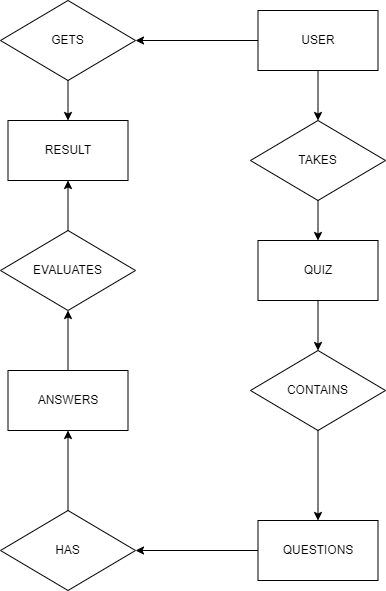
prathamjc/FINALPROJECT keeps this draw.io diagram as Diagram/ERD.drawio.png. Above is the earlier version. Source tidied: cells renumbered, new cells last; positions are measured from the earlier drawing's top-left corner, leaving out a move shared by most shapes. The source it was exported from:
```xml
<mxGraphModel>
  <root>
    <mxCell id="0" />
    <mxCell id="1" parent="0" />
    <mxCell id="2" value="USER" style="rounded=0;whiteSpace=wrap;html=1;" parent="1" vertex="1">
      <mxGeometry x="257.5" y="10" width="120" height="60" as="geometry" />
    </mxCell>
    <mxCell id="3" value="QUIZ" style="rounded=0;whiteSpace=wrap;html=1;" parent="1" vertex="1">
      <mxGeometry x="257.5" y="240" width="120" height="60" as="geometry" />
    </mxCell>
    <mxCell id="4" value="TAKES" style="rhombus;whiteSpace=wrap;html=1;" parent="1" vertex="1">
      <mxGeometry x="250" y="120" width="135" height="80" as="geometry" />
    </mxCell>
    <mxCell id="5" value="QUESTIONS" style="rounded=0;whiteSpace=wrap;html=1;" parent="1" vertex="1">
      <mxGeometry x="257.5" y="520" width="120" height="60" as="geometry" />
    </mxCell>
    <mxCell id="6" value="CONTAINS" style="rhombus;whiteSpace=wrap;html=1;" parent="1" vertex="1">
      <mxGeometry x="250" y="350" width="135" height="80" as="geometry" />
    </mxCell>
    <mxCell id="7" value="HAS" style="rhombus;whiteSpace=wrap;html=1;" parent="1" vertex="1">
      <mxGeometry y="510" width="135" height="80" as="geometry" />
    </mxCell>
    <mxCell id="8" value="ANSWERS" style="rounded=0;whiteSpace=wrap;html=1;" parent="1" vertex="1">
      <mxGeometry x="7.5" y="370" width="120" height="60" as="geometry" />
    </mxCell>
    <mxCell id="9" value="EVALUATES" style="rhombus;whiteSpace=wrap;html=1;" parent="1" vertex="1">
      <mxGeometry y="230" width="135" height="80" as="geometry" />
    </mxCell>
    <mxCell id="10" value="RESULT" style="rounded=0;whiteSpace=wrap;html=1;" parent="1" vertex="1">
      <mxGeometry x="7.5" y="120" width="120" height="60" as="geometry" />
    </mxCell>
    <mxCell id="11" value="GETS" style="rhombus;whiteSpace=wrap;html=1;" parent="1" vertex="1">
      <mxGeometry width="135" height="80" as="geometry" />
    </mxCell>
    <mxCell id="12" style="endArrow=classic;html=1;rounded=0;exitX=0.5;exitY=1;exitDx=0;exitDy=0;" parent="1" edge="1" source="2" target="4">
      <mxGeometry relative="1" as="geometry" />
    </mxCell>
    <mxCell id="13" style="endArrow=classic;html=1;rounded=0;exitX=0.5;exitY=1;exitDx=0;exitDy=0;entryX=0.5;entryY=0;entryDx=0;entryDy=0;" parent="1" edge="1" source="4" target="3">
      <mxGeometry relative="1" as="geometry" />
    </mxCell>
    <mxCell id="14" style="endArrow=classic;html=1;rounded=0;exitX=0.5;exitY=1;exitDx=0;exitDy=0;entryX=0.5;entryY=0;entryDx=0;entryDy=0;" parent="1" edge="1" source="3" target="6">
      <mxGeometry relative="1" as="geometry" />
    </mxCell>
    <mxCell id="15" style="endArrow=classic;html=1;rounded=0;exitX=0.5;exitY=1;exitDx=0;exitDy=0;entryX=0.5;entryY=0;entryDx=0;entryDy=0;" parent="1" edge="1" source="6" target="5">
      <mxGeometry relative="1" as="geometry" />
    </mxCell>
    <mxCell id="16" style="endArrow=classic;html=1;rounded=0;entryX=1;entryY=0.5;entryDx=0;entryDy=0;exitX=0;exitY=0.5;exitDx=0;exitDy=0;" parent="1" edge="1" source="5" target="7">
      <mxGeometry relative="1" as="geometry" />
    </mxCell>
    <mxCell id="17" style="endArrow=classic;html=1;rounded=0;entryX=0.5;entryY=1;entryDx=0;entryDy=0;" parent="1" edge="1" source="7" target="8">
      <mxGeometry relative="1" as="geometry" />
    </mxCell>
    <mxCell id="18" style="endArrow=classic;html=1;rounded=0;entryX=0.5;entryY=1;entryDx=0;entryDy=0;exitX=0.5;exitY=0;exitDx=0;exitDy=0;" parent="1" edge="1" source="8" target="9">
      <mxGeometry relative="1" as="geometry" />
    </mxCell>
    <mxCell id="19" style="endArrow=classic;html=1;rounded=0;entryX=0.5;entryY=1;entryDx=0;entryDy=0;exitX=0.5;exitY=0;exitDx=0;exitDy=0;" parent="1" edge="1" source="9" target="10">
      <mxGeometry relative="1" as="geometry" />
    </mxCell>
    <mxCell id="20" style="endArrow=classic;html=1;rounded=0;entryX=1;entryY=0.5;entryDx=0;entryDy=0;" parent="1" edge="1" source="2" target="11">
      <mxGeometry relative="1" as="geometry" />
    </mxCell>
    <mxCell id="21" style="endArrow=classic;html=1;rounded=0;entryX=0.5;entryY=0;entryDx=0;entryDy=0;exitX=0.5;exitY=1;exitDx=0;exitDy=0;" parent="1" edge="1" source="11" target="10">
      <mxGeometry relative="1" as="geometry" />
    </mxCell>
  </root>
</mxGraphModel>
```
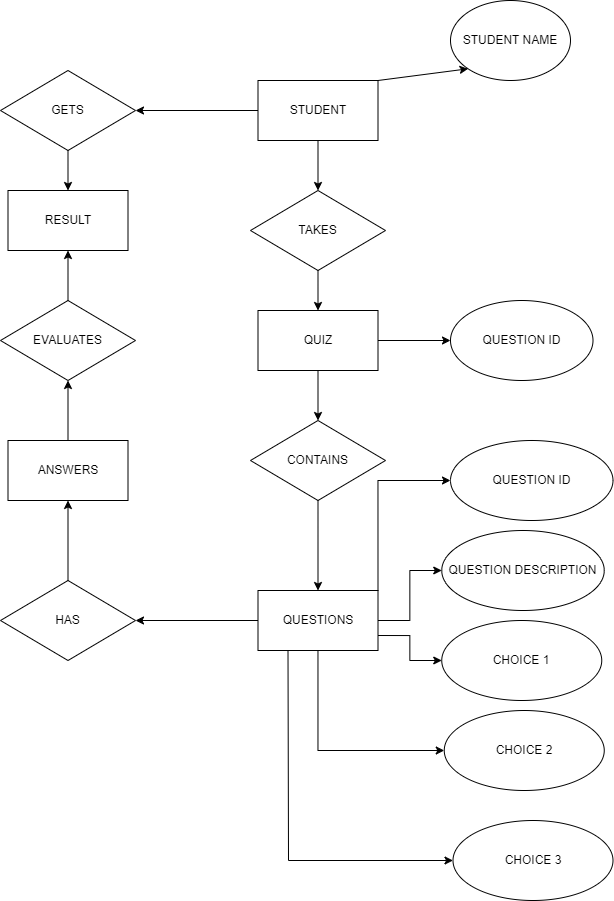
After the commit.

What changed in the source:
```diff
@@ -2,15 +2,34 @@
   <root>
     <mxCell id="0" />
     <mxCell id="1" parent="0" />
-    <mxCell id="2" value="USER" style="rounded=0;whiteSpace=wrap;html=1;" parent="1" vertex="1">
+    <mxCell id="2" value="STUDENT" style="rounded=0;whiteSpace=wrap;html=1;" parent="1" vertex="1">
       <mxGeometry x="257.5" y="10" width="120" height="60" as="geometry" />
     </mxCell>
+    <mxCell id="22" style="edgeStyle=orthogonalEdgeStyle;rounded=0;jettySize=auto;html=1;" parent="1" edge="1" source="3" target="29">
+      <mxGeometry relative="1" as="geometry" />
+    </mxCell>
     <mxCell id="3" value="QUIZ" style="rounded=0;whiteSpace=wrap;html=1;" parent="1" vertex="1">
       <mxGeometry x="257.5" y="240" width="120" height="60" as="geometry" />
     </mxCell>
     <mxCell id="4" value="TAKES" style="rhombus;whiteSpace=wrap;html=1;" parent="1" vertex="1">
       <mxGeometry x="250" y="120" width="135" height="80" as="geometry" />
     </mxCell>
+    <mxCell id="23" style="edgeStyle=orthogonalEdgeStyle;rounded=0;jettySize=auto;html=1;exitX=1;exitY=0;exitDx=0;exitDy=0;entryX=0;entryY=0.5;entryDx=0;entryDy=0;" parent="1" edge="1" source="5" target="30">
+      <mxGeometry relative="1" as="geometry" />
+    </mxCell>
+    <mxCell id="24" style="edgeStyle=orthogonalEdgeStyle;rounded=0;jettySize=auto;html=1;exitX=1;exitY=0.5;exitDx=0;exitDy=0;entryX=0;entryY=0.5;entryDx=0;entryDy=0;" parent="1" edge="1" source="5" target="31">
+      <mxGeometry relative="1" as="geometry" />
+    </mxCell>
+    <mxCell id="25" style="edgeStyle=orthogonalEdgeStyle;rounded=0;jettySize=auto;html=1;exitX=1;exitY=0.75;exitDx=0;exitDy=0;entryX=0;entryY=0.5;entryDx=0;entryDy=0;" parent="1" edge="1" source="5" target="32">
+      <mxGeometry relative="1" as="geometry" />
+    </mxCell>
+    <mxCell id="26" style="edgeStyle=orthogonalEdgeStyle;rounded=0;jettySize=auto;html=1;entryX=0;entryY=0.5;entryDx=0;entryDy=0;" parent="1" edge="1" source="5" target="33">
+      <mxGeometry relative="1" as="geometry">
+        <Array as="points">
+          <mxPoint x="317" y="680" />
+        </Array>
+      </mxGeometry>
+    </mxCell>
     <mxCell id="5" value="QUESTIONS" style="rounded=0;whiteSpace=wrap;html=1;" parent="1" vertex="1">
       <mxGeometry x="257.5" y="520" width="120" height="60" as="geometry" />
     </mxCell>
@@ -62,5 +81,36 @@
     <mxCell id="21" style="endArrow=classic;html=1;rounded=0;entryX=0.5;entryY=0;entryDx=0;entryDy=0;exitX=0.5;exitY=1;exitDx=0;exitDy=0;" parent="1" edge="1" source="11" target="10">
       <mxGeometry relative="1" as="geometry" />
     </mxCell>
+    <mxCell id="27" value="STUDENT NAME" style="ellipse;whiteSpace=wrap;html=1;" parent="1" vertex="1">
+      <mxGeometry x="450" y="-70" width="120" height="80" as="geometry" />
+    </mxCell>
+    <mxCell id="28" style="endArrow=classic;html=1;rounded=0;entryX=0;entryY=1;entryDx=0;entryDy=0;exitX=1;exitY=0;exitDx=0;exitDy=0;" parent="1" edge="1" source="2" target="27">
+      <mxGeometry relative="1" as="geometry" />
+    </mxCell>
+    <mxCell id="29" value="QUESTION ID" style="ellipse;whiteSpace=wrap;html=1;rounded=0;" parent="1" vertex="1">
+      <mxGeometry x="450" y="230" width="142.5" height="80" as="geometry" />
+    </mxCell>
+    <mxCell id="30" value="QUESTION ID" style="ellipse;whiteSpace=wrap;html=1;rounded=0;" parent="1" vertex="1">
+      <mxGeometry x="450" y="370" width="162.5" height="80" as="geometry" />
+    </mxCell>
+    <mxCell id="31" value="QUESTION DESCRIPTION" style="ellipse;whiteSpace=wrap;html=1;rounded=0;" parent="1" vertex="1">
+      <mxGeometry x="441.2" y="460" width="162.5" height="80" as="geometry" />
+    </mxCell>
+    <mxCell id="32" value="CHOICE 1" style="ellipse;whiteSpace=wrap;html=1;rounded=0;" parent="1" vertex="1">
+      <mxGeometry x="441.2" y="550" width="160" height="80" as="geometry" />
+    </mxCell>
+    <mxCell id="33" value="CHOICE 2" style="ellipse;whiteSpace=wrap;html=1;rounded=0;" parent="1" vertex="1">
+      <mxGeometry x="443.8" y="640" width="160" height="80" as="geometry" />
+    </mxCell>
+    <mxCell id="34" value="CHOICE 3" style="ellipse;whiteSpace=wrap;html=1;rounded=0;" parent="1" vertex="1">
+      <mxGeometry x="452.5" y="750" width="160" height="80" as="geometry" />
+    </mxCell>
+    <mxCell id="35" style="endArrow=classic;html=1;rounded=0;exitX=0.25;exitY=1;exitDx=0;exitDy=0;entryX=0;entryY=0.5;entryDx=0;entryDy=0;" parent="1" edge="1" source="5" target="34">
+      <mxGeometry relative="1" as="geometry">
+        <Array as="points">
+          <mxPoint x="288" y="790" />
+        </Array>
+      </mxGeometry>
+    </mxCell>
   </root>
 </mxGraphModel>
```
